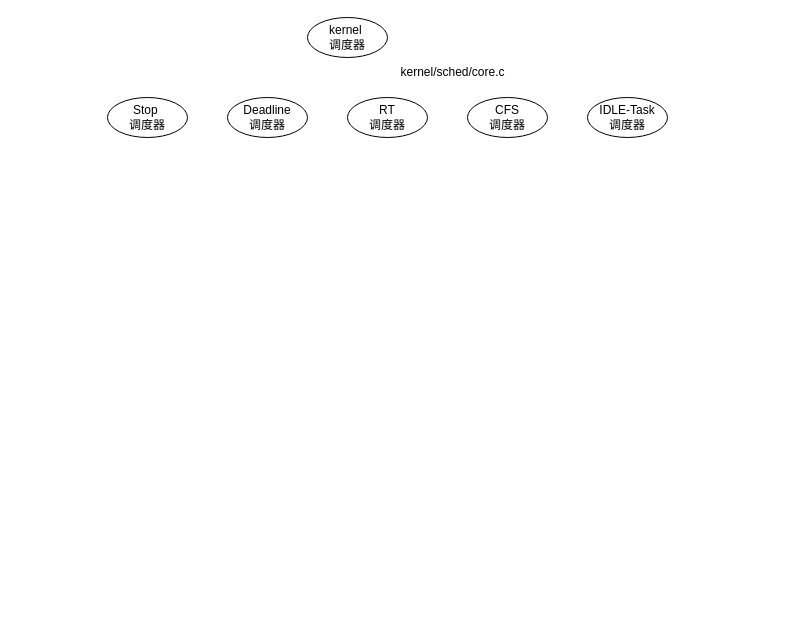
The draw.io diagram 操作系统：linux 调度器.drawio in Vinson-001/Blog-flow-chart, before the edit. Source tidied: cells renumbered, new cells numbered last; positions are measured from the earlier drawing's top-left corner, leaving out a move shared by most shapes. Both pictures are drawn from the tidied source at 100%, with x=0, y=0 at pixel (107, 17).
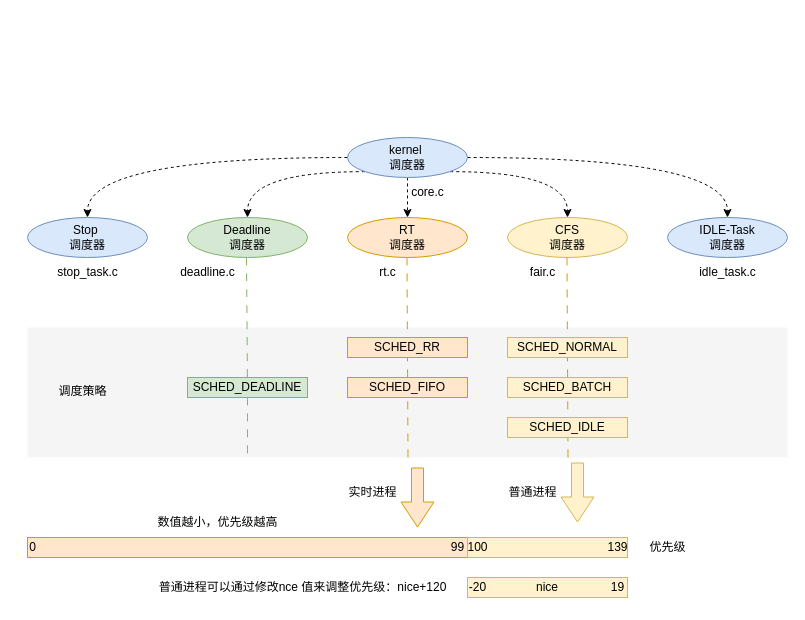
Above is the later version.

Commit message (it also covers changes not shown here):
更新操作系统：linux 调度器.drawio

Diff of the diagram source:
```diff
@@
+    <mxCell id="9" style="rounded=0;whiteSpace=wrap;html=1;fillColor=#f5f5f5;strokeColor=none;fontColor=#333333;" parent="1" vertex="1">
+      <mxGeometry x="-80" y="310" width="760" height="130" as="geometry" />
+    </mxCell>
+    <mxCell id="10" style="edgeStyle=orthogonalEdgeStyle;curved=1;rounded=0;jettySize=auto;html=1;exitX=0;exitY=0.5;exitDx=0;exitDy=0;entryX=0.5;entryY=0;entryDx=0;entryDy=0;dashed=1;" parent="1" edge="1" source="2" target="3">
+      <mxGeometry relative="1" as="geometry" />
+    </mxCell>
+    <mxCell id="11" style="edgeStyle=orthogonalEdgeStyle;curved=1;rounded=0;jettySize=auto;html=1;exitX=0;exitY=1;exitDx=0;exitDy=0;entryX=0.5;entryY=0;entryDx=0;entryDy=0;dashed=1;" parent="1" edge="1" source="2" target="4">
+      <mxGeometry relative="1" as="geometry" />
+    </mxCell>
+    <mxCell id="12" style="edgeStyle=orthogonalEdgeStyle;curved=1;rounded=0;jettySize=auto;html=1;exitX=1;exitY=0.5;exitDx=0;exitDy=0;dashed=1;" parent="1" edge="1" source="2" target="7">
+      <mxGeometry relative="1" as="geometry" />
+    </mxCell>
+    <mxCell id="13" style="edgeStyle=orthogonalEdgeStyle;curved=1;rounded=0;jettySize=auto;html=1;exitX=1;exitY=1;exitDx=0;exitDy=0;dashed=1;" parent="1" edge="1" source="2" target="6">
+      <mxGeometry relative="1" as="geometry" />
+    </mxCell>
+    <mxCell id="14" style="edgeStyle=orthogonalEdgeStyle;curved=1;rounded=0;jettySize=auto;html=1;exitX=0.5;exitY=1;exitDx=0;exitDy=0;entryX=0.5;entryY=0;entryDx=0;entryDy=0;dashed=1;" parent="1" edge="1" source="2" target="5">
+      <mxGeometry relative="1" as="geometry" />
+    </mxCell>
-    <mxCell id="2" value="kernel&amp;nbsp;&lt;div&gt;调度器&lt;/div&gt;" style="ellipse;whiteSpace=wrap;html=1;" parent="1" vertex="1">
-      <mxGeometry x="200" width="80" height="40" as="geometry" />
+    <mxCell id="2" value="kernel&amp;nbsp;&lt;div&gt;调度器&lt;/div&gt;" style="ellipse;whiteSpace=wrap;html=1;fillColor=#dae8fc;strokeColor=#6c8ebf;" parent="1" vertex="1">
+      <mxGeometry x="240" y="120" width="120" height="40" as="geometry" />
     </mxCell>
-    <mxCell id="3" value="Stop&amp;nbsp;&lt;div&gt;调度器&lt;/div&gt;" style="ellipse;whiteSpace=wrap;html=1;" parent="1" vertex="1">
-      <mxGeometry y="80" width="80" height="40" as="geometry" />
+    <mxCell id="3" value="Stop&amp;nbsp;&lt;div&gt;调度器&lt;/div&gt;" style="ellipse;whiteSpace=wrap;html=1;fillColor=#dae8fc;strokeColor=#6c8ebf;" parent="1" vertex="1">
+      <mxGeometry x="-80" y="200" width="120" height="40" as="geometry" />
     </mxCell>
-    <mxCell id="4" value="&lt;div&gt;Deadline&lt;/div&gt;&lt;div&gt;调度器&lt;/div&gt;" style="ellipse;whiteSpace=wrap;html=1;" parent="1" vertex="1">
-      <mxGeometry x="120" y="80" width="80" height="40" as="geometry" />
+    <mxCell id="4" value="&lt;div&gt;Deadline&lt;/div&gt;&lt;div&gt;调度器&lt;/div&gt;" style="ellipse;whiteSpace=wrap;html=1;fillColor=#d5e8d4;strokeColor=#82b366;" parent="1" vertex="1">
+      <mxGeometry x="80" y="200" width="120" height="40" as="geometry" />
     </mxCell>
-    <mxCell id="5" value="&lt;div&gt;RT&lt;/div&gt;&lt;div&gt;调度器&lt;/div&gt;" style="ellipse;whiteSpace=wrap;html=1;" parent="1" vertex="1">
-      <mxGeometry x="240" y="80" width="80" height="40" as="geometry" />
+    <mxCell id="5" value="&lt;div&gt;RT&lt;/div&gt;&lt;div&gt;调度器&lt;/div&gt;" style="ellipse;whiteSpace=wrap;html=1;fillColor=#ffe6cc;strokeColor=#d79b00;" parent="1" vertex="1">
+      <mxGeometry x="240" y="200" width="120" height="40" as="geometry" />
     </mxCell>
-    <mxCell id="6" value="&lt;div&gt;CFS&lt;/div&gt;&lt;div&gt;调度器&lt;/div&gt;" style="ellipse;whiteSpace=wrap;html=1;" parent="1" vertex="1">
-      <mxGeometry x="360" y="80" width="80" height="40" as="geometry" />
+    <mxCell id="6" value="&lt;div&gt;CFS&lt;/div&gt;&lt;div&gt;调度器&lt;/div&gt;" style="ellipse;whiteSpace=wrap;html=1;fillColor=#fff2cc;strokeColor=#d6b656;" parent="1" vertex="1">
+      <mxGeometry x="400" y="200" width="120" height="40" as="geometry" />
     </mxCell>
-    <mxCell id="7" value="&lt;div&gt;IDLE-Task&lt;/div&gt;&lt;div&gt;调度器&lt;/div&gt;" style="ellipse;whiteSpace=wrap;html=1;" parent="1" vertex="1">
-      <mxGeometry x="480" y="80" width="80" height="40" as="geometry" />
+    <mxCell id="7" value="&lt;div&gt;IDLE-Task&lt;/div&gt;&lt;div&gt;调度器&lt;/div&gt;" style="ellipse;whiteSpace=wrap;html=1;fillColor=#dae8fc;strokeColor=#6c8ebf;" parent="1" vertex="1">
+      <mxGeometry x="560" y="200" width="120" height="40" as="geometry" />
     </mxCell>
-    <mxCell id="8" value="kernel/sched/core.c" style="text;html=1;align=center;verticalAlign=middle;strokeColor=none;fillColor=none;" parent="1" vertex="1">
-      <mxGeometry x="280" y="40" width="130" height="30" as="geometry" />
+    <mxCell id="8" value="core.c" style="text;html=1;align=center;verticalAlign=middle;strokeColor=none;fillColor=none;" parent="1" vertex="1">
+      <mxGeometry x="290" y="160" width="60" height="30" as="geometry" />
     </mxCell>
+    <mxCell id="15" value="stop_task.c" style="text;html=1;align=center;verticalAlign=middle;strokeColor=none;fillColor=none;" parent="1" vertex="1">
+      <mxGeometry x="-60" y="240" width="80" height="30" as="geometry" />
+    </mxCell>
+    <mxCell id="16" value="deadline.c" style="text;html=1;align=center;verticalAlign=middle;strokeColor=none;fillColor=none;" parent="1" vertex="1">
+      <mxGeometry x="60" y="240" width="80" height="30" as="geometry" />
+    </mxCell>
+    <mxCell id="17" value="rt.c" style="text;html=1;align=center;verticalAlign=middle;strokeColor=none;fillColor=none;" parent="1" vertex="1">
+      <mxGeometry x="260" y="240" width="40" height="30" as="geometry" />
+    </mxCell>
+    <mxCell id="18" value="fair.c" style="text;html=1;align=center;verticalAlign=middle;strokeColor=none;fillColor=none;" parent="1" vertex="1">
+      <mxGeometry x="410" y="240" width="50" height="30" as="geometry" />
+    </mxCell>
+    <mxCell id="19" value="idle_task.c" style="text;html=1;align=center;verticalAlign=middle;strokeColor=none;fillColor=none;" parent="1" vertex="1">
+      <mxGeometry x="580" y="240" width="80" height="30" as="geometry" />
+    </mxCell>
+    <mxCell id="20" style="endArrow=none;html=1;rounded=0;curved=1;dashed=1;dashPattern=8 8;fillColor=#ffe6cc;strokeColor=#d79b00;" parent="1" edge="1">
+      <mxGeometry relative="1" as="geometry">
+        <mxPoint x="299.5" y="240" as="sourcePoint" />
+        <mxPoint x="300.5" y="440" as="targetPoint" />
+      </mxGeometry>
+    </mxCell>
+    <mxCell id="21" value="SCHED_FIFO" style="rounded=0;whiteSpace=wrap;html=1;fillColor=#ffe6cc;strokeColor=#d79b00;" parent="1" vertex="1">
+      <mxGeometry x="240" y="360" width="120" height="20" as="geometry" />
+    </mxCell>
+    <mxCell id="22" value="SCHED_RR" style="rounded=0;whiteSpace=wrap;html=1;fillColor=#ffe6cc;strokeColor=#d79b00;" parent="1" vertex="1">
+      <mxGeometry x="240" y="320" width="120" height="20" as="geometry" />
+    </mxCell>
+    <mxCell id="23" style="endArrow=none;html=1;rounded=0;curved=1;dashed=1;dashPattern=8 8;fillColor=#ffe6cc;strokeColor=#d79b00;" parent="1" edge="1">
+      <mxGeometry relative="1" as="geometry">
+        <mxPoint x="459.5" y="240" as="sourcePoint" />
+        <mxPoint x="460.5" y="440" as="targetPoint" />
+      </mxGeometry>
+    </mxCell>
+    <mxCell id="24" value="SCHED_NORMAL" style="rounded=0;whiteSpace=wrap;html=1;fillColor=#fff2cc;strokeColor=#d6b656;" parent="1" vertex="1">
+      <mxGeometry x="400" y="320" width="120" height="20" as="geometry" />
+    </mxCell>
+    <mxCell id="25" value="SCHED_BATCH" style="rounded=0;whiteSpace=wrap;html=1;fillColor=#fff2cc;strokeColor=#d6b656;" parent="1" vertex="1">
+      <mxGeometry x="400" y="360" width="120" height="20" as="geometry" />
+    </mxCell>
+    <mxCell id="26" style="endArrow=none;html=1;rounded=0;curved=1;dashed=1;dashPattern=8 8;fillColor=#d5e8d4;strokeColor=#82b366;" parent="1" edge="1" source="30">
+      <mxGeometry relative="1" as="geometry">
+        <mxPoint x="140" y="440" as="targetPoint" />
+      </mxGeometry>
+    </mxCell>
+    <mxCell id="27" value="SCHED_IDLE" style="rounded=0;whiteSpace=wrap;html=1;fillColor=#fff2cc;strokeColor=#d6b656;" parent="1" vertex="1">
+      <mxGeometry x="400" y="400" width="120" height="20" as="geometry" />
+    </mxCell>
+    <mxCell id="28" value="调度策略" style="text;html=1;align=center;verticalAlign=middle;strokeColor=none;fillColor=none;" parent="1" vertex="1">
+      <mxGeometry x="-60" y="359" width="70" height="30" as="geometry" />
+    </mxCell>
+    <mxCell id="29" style="endArrow=none;html=1;rounded=0;curved=1;dashed=1;dashPattern=8 8;fillColor=#d5e8d4;strokeColor=#82b366;" parent="1" edge="1" target="30">
+      <mxGeometry relative="1" as="geometry">
+        <mxPoint x="139" y="240" as="sourcePoint" />
+      </mxGeometry>
+    </mxCell>
+    <mxCell id="30" value="SCHED_DEADLINE" style="rounded=0;whiteSpace=wrap;html=1;fillColor=#d5e8d4;strokeColor=#82b366;" parent="1" vertex="1">
+      <mxGeometry x="80" y="360" width="120" height="20" as="geometry" />
+    </mxCell>
+    <mxCell id="31" value="实时进程" style="text;html=1;align=center;verticalAlign=middle;strokeColor=none;fillColor=none;" parent="1" vertex="1">
+      <mxGeometry x="230" y="460" width="70" height="30" as="geometry" />
+    </mxCell>
+    <mxCell id="32" style="shape=flexArrow;endArrow=classic;html=1;rounded=0;curved=1;width=12;endSize=8;fillColor=#ffe6cc;strokeColor=#d79b00;" parent="1" edge="1">
+      <mxGeometry relative="1" as="geometry">
+        <mxPoint x="310" y="450" as="sourcePoint" />
+        <mxPoint x="310" y="510" as="targetPoint" />
+      </mxGeometry>
+    </mxCell>
+    <mxCell id="33" style="rounded=0;whiteSpace=wrap;html=1;fillColor=#ffe6cc;strokeColor=#d79b00;" parent="1" vertex="1">
+      <mxGeometry x="-80" y="520" width="440" height="20" as="geometry" />
+    </mxCell>
+    <mxCell id="34" value="0" style="text;html=1;align=center;verticalAlign=middle;strokeColor=none;fillColor=none;" parent="1" vertex="1">
+      <mxGeometry x="-90" y="515" width="30" height="30" as="geometry" />
+    </mxCell>
+    <mxCell id="35" value="99" style="text;html=1;align=center;verticalAlign=middle;strokeColor=none;fillColor=none;" parent="1" vertex="1">
+      <mxGeometry x="330" y="515" width="40" height="30" as="geometry" />
+    </mxCell>
+    <mxCell id="36" value="数值越小，优先级越高" style="text;html=1;align=center;verticalAlign=middle;strokeColor=none;fillColor=none;" parent="1" vertex="1">
+      <mxGeometry x="40" y="490" width="140" height="30" as="geometry" />
+    </mxCell>
+    <mxCell id="37" value="普通进程" style="text;html=1;align=center;verticalAlign=middle;strokeColor=none;fillColor=none;" parent="1" vertex="1">
+      <mxGeometry x="390" y="460" width="70" height="30" as="geometry" />
+    </mxCell>
+    <mxCell id="38" style="shape=flexArrow;endArrow=classic;html=1;rounded=0;curved=1;width=12;endSize=8;fillColor=#fff2cc;strokeColor=#d6b656;" parent="1" edge="1">
+      <mxGeometry relative="1" as="geometry">
+        <mxPoint x="470" y="445" as="sourcePoint" />
+        <mxPoint x="470" y="505" as="targetPoint" />
+      </mxGeometry>
+    </mxCell>
+    <mxCell id="39" style="rounded=0;whiteSpace=wrap;html=1;fillColor=#fff2cc;strokeColor=#d6b656;" parent="1" vertex="1">
+      <mxGeometry x="360" y="520" width="160" height="20" as="geometry" />
+    </mxCell>
+    <mxCell id="40" value="100" style="text;html=1;align=center;verticalAlign=middle;strokeColor=none;fillColor=none;" parent="1" vertex="1">
+      <mxGeometry x="350" y="515" width="40" height="30" as="geometry" />
+    </mxCell>
+    <mxCell id="41" value="139" style="text;html=1;align=center;verticalAlign=middle;strokeColor=none;fillColor=none;" parent="1" vertex="1">
+      <mxGeometry x="490" y="515" width="40" height="30" as="geometry" />
+    </mxCell>
+    <mxCell id="42" value="优先级" style="text;html=1;align=center;verticalAlign=middle;strokeColor=none;fillColor=none;" parent="1" vertex="1">
+      <mxGeometry x="530" y="515" width="60" height="30" as="geometry" />
+    </mxCell>
+    <mxCell id="43" value="nice" style="rounded=0;whiteSpace=wrap;html=1;fillColor=#fff2cc;strokeColor=#d6b656;" parent="1" vertex="1">
+      <mxGeometry x="360" y="560" width="160" height="20" as="geometry" />
+    </mxCell>
+    <mxCell id="44" value="-20" style="text;html=1;align=center;verticalAlign=middle;strokeColor=none;fillColor=none;" parent="1" vertex="1">
+      <mxGeometry x="350" y="555" width="40" height="30" as="geometry" />
+    </mxCell>
+    <mxCell id="45" value="19" style="text;html=1;align=center;verticalAlign=middle;strokeColor=none;fillColor=none;" parent="1" vertex="1">
+      <mxGeometry x="490" y="555" width="40" height="30" as="geometry" />
+    </mxCell>
+    <mxCell id="46" value="普通进程可以通过修改nce 值来调整优先级：nice+120" style="text;html=1;align=center;verticalAlign=middle;strokeColor=none;fillColor=none;" parent="1" vertex="1">
+      <mxGeometry x="40" y="555" width="310" height="30" as="geometry" />
+    </mxCell>
```
